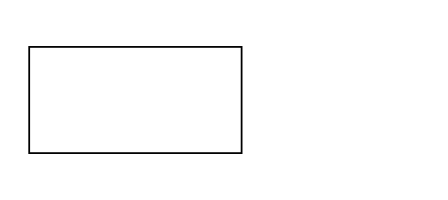
tiptronic/drawio keeps this draw.io diagram as Untitled Diagram.drawio. Above is the earlier version. Source tidied: cells renumbered, new cells numbered last; positions are measured from the earlier drawing's top-left corner, leaving out a move shared by most shapes. Both pictures are drawn from the tidied source at 177%, with x=0, y=0 at pixel (28, 46).
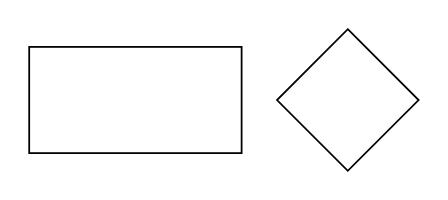
The same page after the edit.

The edit, as a diff of the source:
```diff
@@
 <mxGraphModel>
   <root>
     <mxCell id="0" />
     <mxCell id="1" parent="0" />
     <mxCell id="2" style="rounded=0;whiteSpace=wrap;html=1;" parent="1" vertex="1">
       <mxGeometry width="120" height="60" as="geometry" />
     </mxCell>
+    <mxCell id="3" style="rhombus;whiteSpace=wrap;html=1;" parent="1" vertex="1">
+      <mxGeometry x="140" y="-10" width="80" height="80" as="geometry" />
+    </mxCell>
   </root>
 </mxGraphModel>
```
